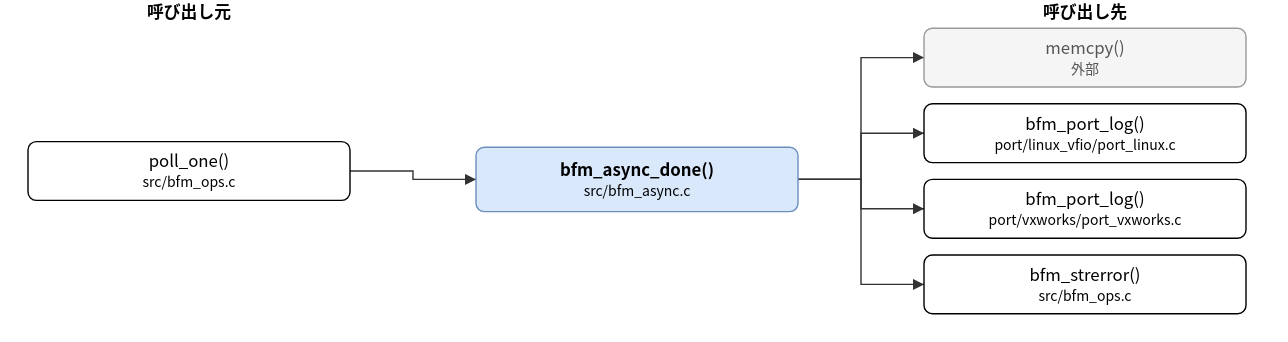
Before: doc/spec/images/call_src_bfm_async-bfm_async_done.drawio.svg, a diagram exported from draw.io (hf355051012-ai/bfmem). Source tidied: cells renumbered, new cells last; positions are measured from the earlier drawing's top-left corner, leaving out a move shared by most shapes. Its diagram source:
```xml
<mxGraphModel>
  <root>
    <mxCell id="0" />
    <mxCell id="1" parent="0" />
    <mxCell id="2" value="bfm_async_done()&lt;br&gt;&lt;font style=&quot;font-size:10px&quot;&gt;src/bfm_async.c&lt;/font&gt;" style="rounded=1;whiteSpace=wrap;html=1;fillColor=#dae8fc;strokeColor=#6c8ebf;fontStyle=1;" parent="1" vertex="1">
      <mxGeometry x="320" y="105" width="230" height="46" as="geometry" />
    </mxCell>
    <mxCell id="3" value="poll_one()&lt;br&gt;&lt;font style=&quot;font-size:10px&quot;&gt;src/bfm_ops.c&lt;/font&gt;" style="rounded=1;whiteSpace=wrap;html=1;" parent="1" vertex="1">
      <mxGeometry y="101" width="230" height="42" as="geometry" />
    </mxCell>
    <mxCell id="4" value="memcpy()&lt;br&gt;&lt;font style=&quot;font-size:10px&quot;&gt;外部&lt;/font&gt;" style="rounded=1;whiteSpace=wrap;html=1;fillColor=#f5f5f5;strokeColor=#999999;fontColor=#555555;" parent="1" vertex="1">
      <mxGeometry x="640" y="20" width="230" height="42" as="geometry" />
    </mxCell>
    <mxCell id="5" value="bfm_port_log()&lt;br&gt;&lt;font style=&quot;font-size:10px&quot;&gt;port/linux_vfio/port_linux.c&lt;/font&gt;" style="rounded=1;whiteSpace=wrap;html=1;" parent="1" vertex="1">
      <mxGeometry x="640" y="74" width="230" height="42" as="geometry" />
    </mxCell>
    <mxCell id="6" value="bfm_port_log()&lt;br&gt;&lt;font style=&quot;font-size:10px&quot;&gt;port/vxworks/port_vxworks.c&lt;/font&gt;" style="rounded=1;whiteSpace=wrap;html=1;" parent="1" vertex="1">
      <mxGeometry x="640" y="128" width="230" height="42" as="geometry" />
    </mxCell>
    <mxCell id="7" value="bfm_strerror()&lt;br&gt;&lt;font style=&quot;font-size:10px&quot;&gt;src/bfm_ops.c&lt;/font&gt;" style="rounded=1;whiteSpace=wrap;html=1;" parent="1" vertex="1">
      <mxGeometry x="640" y="182" width="230" height="42" as="geometry" />
    </mxCell>
    <mxCell id="8" style="edgeStyle=none;html=1;rounded=0;endArrow=block;endFill=1;exitX=1.0000;exitY=0.5000;exitDx=0;exitDy=0;exitPerimeter=0;entryX=0.0000;entryY=0.5000;entryDx=0;entryDy=0;entryPerimeter=0;" parent="1" edge="1" source="3" target="2">
      <mxGeometry relative="1" as="geometry">
        <Array as="points">
          <mxPoint x="275" y="122" />
          <mxPoint x="275" y="128" />
        </Array>
      </mxGeometry>
    </mxCell>
    <mxCell id="9" style="edgeStyle=none;html=1;rounded=0;endArrow=block;endFill=1;exitX=1.0000;exitY=0.5000;exitDx=0;exitDy=0;exitPerimeter=0;entryX=0.0000;entryY=0.5000;entryDx=0;entryDy=0;entryPerimeter=0;" parent="1" edge="1" source="2" target="4">
      <mxGeometry relative="1" as="geometry">
        <Array as="points">
          <mxPoint x="595" y="128" />
          <mxPoint x="595" y="41" />
        </Array>
      </mxGeometry>
    </mxCell>
    <mxCell id="10" style="edgeStyle=none;html=1;rounded=0;endArrow=block;endFill=1;exitX=1.0000;exitY=0.5000;exitDx=0;exitDy=0;exitPerimeter=0;entryX=0.0000;entryY=0.5000;entryDx=0;entryDy=0;entryPerimeter=0;" parent="1" edge="1" source="2" target="5">
      <mxGeometry relative="1" as="geometry">
        <Array as="points">
          <mxPoint x="595" y="128" />
          <mxPoint x="595" y="95" />
        </Array>
      </mxGeometry>
    </mxCell>
    <mxCell id="11" style="edgeStyle=none;html=1;rounded=0;endArrow=block;endFill=1;exitX=1.0000;exitY=0.5000;exitDx=0;exitDy=0;exitPerimeter=0;entryX=0.0000;entryY=0.5000;entryDx=0;entryDy=0;entryPerimeter=0;" parent="1" edge="1" source="2" target="6">
      <mxGeometry relative="1" as="geometry">
        <Array as="points">
          <mxPoint x="595" y="128" />
          <mxPoint x="595" y="149" />
        </Array>
      </mxGeometry>
    </mxCell>
    <mxCell id="12" style="edgeStyle=none;html=1;rounded=0;endArrow=block;endFill=1;exitX=1.0000;exitY=0.5000;exitDx=0;exitDy=0;exitPerimeter=0;entryX=0.0000;entryY=0.5000;entryDx=0;entryDy=0;entryPerimeter=0;" parent="1" edge="1" source="2" target="7">
      <mxGeometry relative="1" as="geometry">
        <Array as="points">
          <mxPoint x="595" y="128" />
          <mxPoint x="595" y="203" />
        </Array>
      </mxGeometry>
    </mxCell>
    <mxCell id="13" value="呼び出し元" style="text;html=1;align=center;fontStyle=1;" parent="1" vertex="1">
      <mxGeometry x="35" width="160" height="18" as="geometry" />
    </mxCell>
    <mxCell id="14" value="呼び出し先" style="text;html=1;align=center;fontStyle=1;" parent="1" vertex="1">
      <mxGeometry x="675" width="160" height="18" as="geometry" />
    </mxCell>
  </root>
</mxGraphModel>
```
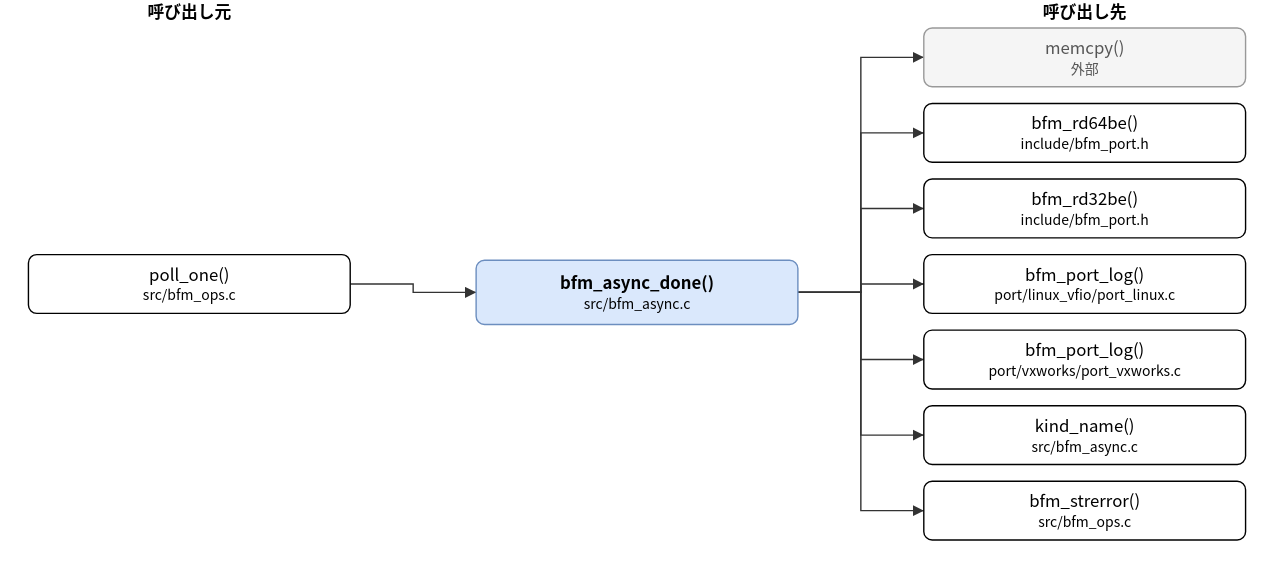
After the commit.

Diff of the diagram source:
```diff
@@ -3,35 +3,44 @@
     <mxCell id="0" />
     <mxCell id="1" parent="0" />
     <mxCell id="2" value="bfm_async_done()&lt;br&gt;&lt;font style=&quot;font-size:10px&quot;&gt;src/bfm_async.c&lt;/font&gt;" style="rounded=1;whiteSpace=wrap;html=1;fillColor=#dae8fc;strokeColor=#6c8ebf;fontStyle=1;" parent="1" vertex="1">
-      <mxGeometry x="320" y="105" width="230" height="46" as="geometry" />
+      <mxGeometry x="320" y="186" width="230" height="46" as="geometry" />
     </mxCell>
     <mxCell id="3" value="poll_one()&lt;br&gt;&lt;font style=&quot;font-size:10px&quot;&gt;src/bfm_ops.c&lt;/font&gt;" style="rounded=1;whiteSpace=wrap;html=1;" parent="1" vertex="1">
-      <mxGeometry y="101" width="230" height="42" as="geometry" />
+      <mxGeometry y="182" width="230" height="42" as="geometry" />
     </mxCell>
     <mxCell id="4" value="memcpy()&lt;br&gt;&lt;font style=&quot;font-size:10px&quot;&gt;外部&lt;/font&gt;" style="rounded=1;whiteSpace=wrap;html=1;fillColor=#f5f5f5;strokeColor=#999999;fontColor=#555555;" parent="1" vertex="1">
       <mxGeometry x="640" y="20" width="230" height="42" as="geometry" />
     </mxCell>
-    <mxCell id="5" value="bfm_port_log()&lt;br&gt;&lt;font style=&quot;font-size:10px&quot;&gt;port/linux_vfio/port_linux.c&lt;/font&gt;" style="rounded=1;whiteSpace=wrap;html=1;" parent="1" vertex="1">
+    <mxCell id="5" value="bfm_rd64be()&lt;br&gt;&lt;font style=&quot;font-size:10px&quot;&gt;include/bfm_port.h&lt;/font&gt;" style="rounded=1;whiteSpace=wrap;html=1;" parent="1" vertex="1">
       <mxGeometry x="640" y="74" width="230" height="42" as="geometry" />
     </mxCell>
-    <mxCell id="6" value="bfm_port_log()&lt;br&gt;&lt;font style=&quot;font-size:10px&quot;&gt;port/vxworks/port_vxworks.c&lt;/font&gt;" style="rounded=1;whiteSpace=wrap;html=1;" parent="1" vertex="1">
+    <mxCell id="6" value="bfm_rd32be()&lt;br&gt;&lt;font style=&quot;font-size:10px&quot;&gt;include/bfm_port.h&lt;/font&gt;" style="rounded=1;whiteSpace=wrap;html=1;" parent="1" vertex="1">
       <mxGeometry x="640" y="128" width="230" height="42" as="geometry" />
     </mxCell>
-    <mxCell id="7" value="bfm_strerror()&lt;br&gt;&lt;font style=&quot;font-size:10px&quot;&gt;src/bfm_ops.c&lt;/font&gt;" style="rounded=1;whiteSpace=wrap;html=1;" parent="1" vertex="1">
+    <mxCell id="7" value="bfm_port_log()&lt;br&gt;&lt;font style=&quot;font-size:10px&quot;&gt;port/linux_vfio/port_linux.c&lt;/font&gt;" style="rounded=1;whiteSpace=wrap;html=1;" parent="1" vertex="1">
       <mxGeometry x="640" y="182" width="230" height="42" as="geometry" />
     </mxCell>
+    <mxCell id="15" value="bfm_port_log()&lt;br&gt;&lt;font style=&quot;font-size:10px&quot;&gt;port/vxworks/port_vxworks.c&lt;/font&gt;" style="rounded=1;whiteSpace=wrap;html=1;" parent="1" vertex="1">
+      <mxGeometry x="640" y="236" width="230" height="42" as="geometry" />
+    </mxCell>
+    <mxCell id="16" value="kind_name()&lt;br&gt;&lt;font style=&quot;font-size:10px&quot;&gt;src/bfm_async.c&lt;/font&gt;" style="rounded=1;whiteSpace=wrap;html=1;" parent="1" vertex="1">
+      <mxGeometry x="640" y="290" width="230" height="42" as="geometry" />
+    </mxCell>
+    <mxCell id="17" value="bfm_strerror()&lt;br&gt;&lt;font style=&quot;font-size:10px&quot;&gt;src/bfm_ops.c&lt;/font&gt;" style="rounded=1;whiteSpace=wrap;html=1;" parent="1" vertex="1">
+      <mxGeometry x="640" y="344" width="230" height="42" as="geometry" />
+    </mxCell>
     <mxCell id="8" style="edgeStyle=none;html=1;rounded=0;endArrow=block;endFill=1;exitX=1.0000;exitY=0.5000;exitDx=0;exitDy=0;exitPerimeter=0;entryX=0.0000;entryY=0.5000;entryDx=0;entryDy=0;entryPerimeter=0;" parent="1" edge="1" source="3" target="2">
       <mxGeometry relative="1" as="geometry">
         <Array as="points">
-          <mxPoint x="275" y="122" />
-          <mxPoint x="275" y="128" />
+          <mxPoint x="275" y="203" />
+          <mxPoint x="275" y="209" />
         </Array>
       </mxGeometry>
     </mxCell>
     <mxCell id="9" style="edgeStyle=none;html=1;rounded=0;endArrow=block;endFill=1;exitX=1.0000;exitY=0.5000;exitDx=0;exitDy=0;exitPerimeter=0;entryX=0.0000;entryY=0.5000;entryDx=0;entryDy=0;entryPerimeter=0;" parent="1" edge="1" source="2" target="4">
       <mxGeometry relative="1" as="geometry">
         <Array as="points">
-          <mxPoint x="595" y="128" />
+          <mxPoint x="595" y="209" />
           <mxPoint x="595" y="41" />
         </Array>
       </mxGeometry>
@@ -39,7 +48,7 @@
     <mxCell id="10" style="edgeStyle=none;html=1;rounded=0;endArrow=block;endFill=1;exitX=1.0000;exitY=0.5000;exitDx=0;exitDy=0;exitPerimeter=0;entryX=0.0000;entryY=0.5000;entryDx=0;entryDy=0;entryPerimeter=0;" parent="1" edge="1" source="2" target="5">
       <mxGeometry relative="1" as="geometry">
         <Array as="points">
-          <mxPoint x="595" y="128" />
+          <mxPoint x="595" y="209" />
           <mxPoint x="595" y="95" />
         </Array>
       </mxGeometry>
@@ -47,7 +56,7 @@
     <mxCell id="11" style="edgeStyle=none;html=1;rounded=0;endArrow=block;endFill=1;exitX=1.0000;exitY=0.5000;exitDx=0;exitDy=0;exitPerimeter=0;entryX=0.0000;entryY=0.5000;entryDx=0;entryDy=0;entryPerimeter=0;" parent="1" edge="1" source="2" target="6">
       <mxGeometry relative="1" as="geometry">
         <Array as="points">
-          <mxPoint x="595" y="128" />
+          <mxPoint x="595" y="209" />
           <mxPoint x="595" y="149" />
         </Array>
       </mxGeometry>
@@ -55,11 +64,35 @@
     <mxCell id="12" style="edgeStyle=none;html=1;rounded=0;endArrow=block;endFill=1;exitX=1.0000;exitY=0.5000;exitDx=0;exitDy=0;exitPerimeter=0;entryX=0.0000;entryY=0.5000;entryDx=0;entryDy=0;entryPerimeter=0;" parent="1" edge="1" source="2" target="7">
       <mxGeometry relative="1" as="geometry">
         <Array as="points">
-          <mxPoint x="595" y="128" />
+          <mxPoint x="595" y="209" />
           <mxPoint x="595" y="203" />
         </Array>
       </mxGeometry>
     </mxCell>
+    <mxCell id="18" style="edgeStyle=none;html=1;rounded=0;endArrow=block;endFill=1;exitX=1.0000;exitY=0.5000;exitDx=0;exitDy=0;exitPerimeter=0;entryX=0.0000;entryY=0.5000;entryDx=0;entryDy=0;entryPerimeter=0;" parent="1" edge="1" source="2" target="15">
+      <mxGeometry relative="1" as="geometry">
+        <Array as="points">
+          <mxPoint x="595" y="209" />
+          <mxPoint x="595" y="257" />
+        </Array>
+      </mxGeometry>
+    </mxCell>
+    <mxCell id="19" style="edgeStyle=none;html=1;rounded=0;endArrow=block;endFill=1;exitX=1.0000;exitY=0.5000;exitDx=0;exitDy=0;exitPerimeter=0;entryX=0.0000;entryY=0.5000;entryDx=0;entryDy=0;entryPerimeter=0;" parent="1" edge="1" source="2" target="16">
+      <mxGeometry relative="1" as="geometry">
+        <Array as="points">
+          <mxPoint x="595" y="209" />
+          <mxPoint x="595" y="311" />
+        </Array>
+      </mxGeometry>
+    </mxCell>
+    <mxCell id="20" style="edgeStyle=none;html=1;rounded=0;endArrow=block;endFill=1;exitX=1.0000;exitY=0.5000;exitDx=0;exitDy=0;exitPerimeter=0;entryX=0.0000;entryY=0.5000;entryDx=0;entryDy=0;entryPerimeter=0;" parent="1" edge="1" source="2" target="17">
+      <mxGeometry relative="1" as="geometry">
+        <Array as="points">
+          <mxPoint x="595" y="209" />
+          <mxPoint x="595" y="365" />
+        </Array>
+      </mxGeometry>
+    </mxCell>
     <mxCell id="13" value="呼び出し元" style="text;html=1;align=center;fontStyle=1;" parent="1" vertex="1">
       <mxGeometry x="35" width="160" height="18" as="geometry" />
     </mxCell>
```
